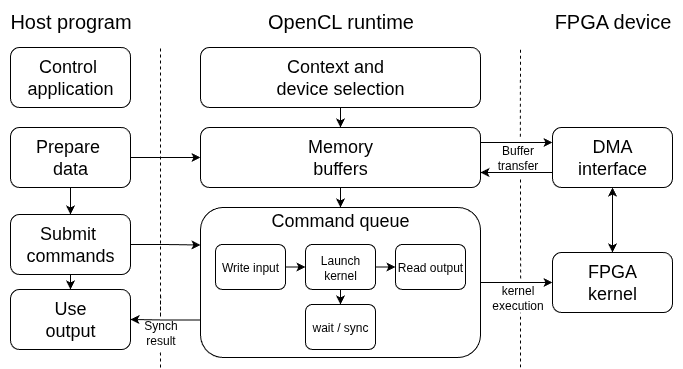
The draw.io diagram Logs/OpenCL-flow.png in PascalBjorstorp/BachelorProject, before a commit. Source tidied: cells renumbered, new cells last; positions are measured from the earlier drawing's top-left corner, leaving out a move shared by most shapes. The source it was exported from:
```xml
<mxGraphModel>
  <root>
    <mxCell id="0" />
    <mxCell id="1" parent="0" />
    <mxCell id="2" style="endArrow=none;dashed=1;html=1;rounded=0;exitX=0.547;exitY=-0.02;exitDx=0;exitDy=0;exitPerimeter=0;" parent="1" edge="1" source="33">
      <mxGeometry relative="1" as="geometry">
        <mxPoint x="520" y="47" as="targetPoint" />
      </mxGeometry>
    </mxCell>
    <mxCell id="3" value="&lt;font style=&quot;font-size: 18px;&quot;&gt;Control&amp;nbsp;&lt;br&gt;application&lt;/font&gt;" style="rounded=1;whiteSpace=wrap;html=1;" parent="1" vertex="1">
      <mxGeometry x="10" y="47" width="120" height="60" as="geometry" />
    </mxCell>
    <mxCell id="4" style="edgeStyle=orthogonalEdgeStyle;rounded=0;jettySize=auto;html=1;entryX=0;entryY=0.5;entryDx=0;entryDy=0;" parent="1" edge="1" source="6" target="15">
      <mxGeometry relative="1" as="geometry" />
    </mxCell>
    <mxCell id="5" style="edgeStyle=orthogonalEdgeStyle;rounded=0;jettySize=auto;html=1;exitX=0.5;exitY=1;exitDx=0;exitDy=0;entryX=0.5;entryY=0;entryDx=0;entryDy=0;" parent="1" edge="1" source="6" target="9">
      <mxGeometry relative="1" as="geometry" />
    </mxCell>
    <mxCell id="6" value="&lt;span style=&quot;font-size: 18px;&quot;&gt;Prepare&amp;nbsp;&lt;/span&gt;&lt;br style=&quot;font-size: 18px;&quot;&gt;&lt;span style=&quot;font-size: 18px;&quot;&gt;data&lt;/span&gt;" style="rounded=1;whiteSpace=wrap;html=1;" parent="1" vertex="1">
      <mxGeometry x="10" y="127" width="120" height="60" as="geometry" />
    </mxCell>
    <mxCell id="7" style="edgeStyle=orthogonalEdgeStyle;rounded=0;jettySize=auto;html=1;exitX=0.5;exitY=1;exitDx=0;exitDy=0;entryX=0.5;entryY=0;entryDx=0;entryDy=0;" parent="1" edge="1" source="9" target="10">
      <mxGeometry relative="1" as="geometry" />
    </mxCell>
    <mxCell id="8" style="edgeStyle=orthogonalEdgeStyle;rounded=0;jettySize=auto;html=1;exitX=1;exitY=0.5;exitDx=0;exitDy=0;entryX=0;entryY=0.25;entryDx=0;entryDy=0;" parent="1" edge="1" source="9" target="18">
      <mxGeometry relative="1" as="geometry" />
    </mxCell>
    <mxCell id="9" value="&lt;span style=&quot;font-size: 18px;&quot;&gt;Submit&amp;nbsp;&lt;/span&gt;&lt;br style=&quot;font-size: 18px;&quot;&gt;&lt;span style=&quot;font-size: 18px;&quot;&gt;commands&lt;/span&gt;" style="rounded=1;whiteSpace=wrap;html=1;" parent="1" vertex="1">
      <mxGeometry x="10" y="214" width="120" height="60" as="geometry" />
    </mxCell>
    <mxCell id="10" value="&lt;span style=&quot;font-size: 18px;&quot;&gt;Use&lt;br&gt;output&lt;/span&gt;" style="rounded=1;whiteSpace=wrap;html=1;" parent="1" vertex="1">
      <mxGeometry x="10" y="289" width="120" height="60" as="geometry" />
    </mxCell>
    <mxCell id="11" style="edgeStyle=orthogonalEdgeStyle;rounded=0;jettySize=auto;html=1;exitX=0.5;exitY=1;exitDx=0;exitDy=0;entryX=0.5;entryY=0;entryDx=0;entryDy=0;" parent="1" edge="1" source="12" target="15">
      <mxGeometry relative="1" as="geometry" />
    </mxCell>
    <mxCell id="12" value="&lt;font style=&quot;font-size: 18px;&quot;&gt;Context and&amp;nbsp;&amp;nbsp;&lt;br&gt;device selection&lt;/font&gt;" style="rounded=1;whiteSpace=wrap;html=1;" parent="1" vertex="1">
      <mxGeometry x="200" y="47" width="280" height="60" as="geometry" />
    </mxCell>
    <mxCell id="13" style="edgeStyle=orthogonalEdgeStyle;rounded=0;jettySize=auto;html=1;exitX=0.5;exitY=1;exitDx=0;exitDy=0;entryX=0.5;entryY=0;entryDx=0;entryDy=0;" parent="1" edge="1" source="15" target="18">
      <mxGeometry relative="1" as="geometry" />
    </mxCell>
    <mxCell id="14" style="edgeStyle=orthogonalEdgeStyle;rounded=0;jettySize=auto;html=1;exitX=1;exitY=0.25;exitDx=0;exitDy=0;entryX=0;entryY=0.25;entryDx=0;entryDy=0;" parent="1" edge="1" source="15" target="21">
      <mxGeometry relative="1" as="geometry" />
    </mxCell>
    <mxCell id="15" value="&lt;span style=&quot;font-size: 18px;&quot;&gt;Memory&lt;br&gt;buffers&lt;/span&gt;" style="rounded=1;whiteSpace=wrap;html=1;" parent="1" vertex="1">
      <mxGeometry x="200" y="127" width="280" height="60" as="geometry" />
    </mxCell>
    <mxCell id="16" style="edgeStyle=orthogonalEdgeStyle;rounded=0;jettySize=auto;html=1;exitX=0;exitY=0.75;exitDx=0;exitDy=0;entryX=1;entryY=0.5;entryDx=0;entryDy=0;" parent="1" edge="1" source="18" target="10">
      <mxGeometry relative="1" as="geometry" />
    </mxCell>
    <mxCell id="17" style="edgeStyle=orthogonalEdgeStyle;rounded=0;jettySize=auto;html=1;exitX=1;exitY=0.5;exitDx=0;exitDy=0;entryX=0;entryY=0.5;entryDx=0;entryDy=0;" parent="1" edge="1" source="18" target="22">
      <mxGeometry relative="1" as="geometry" />
    </mxCell>
    <mxCell id="18" value="&lt;span style=&quot;font-size: 18px;&quot;&gt;Command queue&lt;/span&gt;" style="rounded=1;whiteSpace=wrap;html=1;labelPosition=center;verticalLabelPosition=top;align=center;verticalAlign=bottom;spacingTop=0;spacingBottom=-27;" parent="1" vertex="1">
      <mxGeometry x="200" y="207" width="280" height="150" as="geometry" />
    </mxCell>
    <mxCell id="19" style="edgeStyle=orthogonalEdgeStyle;rounded=0;jettySize=auto;html=1;exitX=0.5;exitY=1;exitDx=0;exitDy=0;entryX=0.5;entryY=0;entryDx=0;entryDy=0;startArrow=classic;startFill=1;" parent="1" edge="1" source="21" target="22">
      <mxGeometry relative="1" as="geometry" />
    </mxCell>
    <mxCell id="20" style="edgeStyle=orthogonalEdgeStyle;rounded=0;jettySize=auto;html=1;exitX=0;exitY=0.75;exitDx=0;exitDy=0;entryX=1;entryY=0.75;entryDx=0;entryDy=0;" parent="1" edge="1" source="21" target="15">
      <mxGeometry relative="1" as="geometry" />
    </mxCell>
    <mxCell id="21" value="&lt;span style=&quot;font-size: 18px;&quot;&gt;DMA&lt;br&gt;interface&lt;/span&gt;" style="rounded=1;whiteSpace=wrap;html=1;" parent="1" vertex="1">
      <mxGeometry x="552" y="127" width="120" height="60" as="geometry" />
    </mxCell>
    <mxCell id="22" value="&lt;span style=&quot;font-size: 18px;&quot;&gt;FPGA&lt;br&gt;kernel&lt;/span&gt;" style="rounded=1;whiteSpace=wrap;html=1;" parent="1" vertex="1">
      <mxGeometry x="552" y="252" width="120" height="60" as="geometry" />
    </mxCell>
    <mxCell id="23" value="&lt;font style=&quot;font-size: 20px;&quot;&gt;Host program&lt;/font&gt;" style="text;html=1;align=center;verticalAlign=middle;strokeColor=none;fillColor=none;" parent="1" vertex="1">
      <mxGeometry width="140" height="40" as="geometry" />
    </mxCell>
    <mxCell id="24" value="&lt;font style=&quot;font-size: 20px;&quot;&gt;OpenCL runtime&lt;/font&gt;" style="text;html=1;align=center;verticalAlign=middle;strokeColor=none;fillColor=none;" parent="1" vertex="1">
      <mxGeometry x="255" width="170" height="40" as="geometry" />
    </mxCell>
    <mxCell id="25" value="&lt;font style=&quot;font-size: 20px;&quot;&gt;FPGA device&lt;/font&gt;" style="text;html=1;align=center;verticalAlign=middle;strokeColor=none;fillColor=none;" parent="1" vertex="1">
      <mxGeometry x="542" width="140" height="40" as="geometry" />
    </mxCell>
    <mxCell id="26" style="edgeStyle=orthogonalEdgeStyle;rounded=0;jettySize=auto;html=1;exitX=1;exitY=0.5;exitDx=0;exitDy=0;entryX=0;entryY=0.5;entryDx=0;entryDy=0;" parent="1" edge="1" source="27" target="30">
      <mxGeometry relative="1" as="geometry" />
    </mxCell>
    <mxCell id="27" value="Write input" style="rounded=1;whiteSpace=wrap;html=1;" parent="1" vertex="1">
      <mxGeometry x="215" y="244" width="70" height="45" as="geometry" />
    </mxCell>
    <mxCell id="28" style="edgeStyle=orthogonalEdgeStyle;rounded=0;jettySize=auto;html=1;exitX=1;exitY=0.5;exitDx=0;exitDy=0;entryX=0;entryY=0.5;entryDx=0;entryDy=0;" parent="1" edge="1" source="30" target="31">
      <mxGeometry relative="1" as="geometry" />
    </mxCell>
    <mxCell id="29" style="edgeStyle=orthogonalEdgeStyle;rounded=0;jettySize=auto;html=1;exitX=0.5;exitY=1;exitDx=0;exitDy=0;entryX=0.5;entryY=0;entryDx=0;entryDy=0;" parent="1" edge="1" source="30" target="32">
      <mxGeometry relative="1" as="geometry" />
    </mxCell>
    <mxCell id="30" value="Launch&lt;br&gt;kernel" style="rounded=1;whiteSpace=wrap;html=1;" parent="1" vertex="1">
      <mxGeometry x="305" y="244" width="70" height="45" as="geometry" />
    </mxCell>
    <mxCell id="31" value="Read output" style="rounded=1;whiteSpace=wrap;html=1;" parent="1" vertex="1">
      <mxGeometry x="395" y="244" width="70" height="45" as="geometry" />
    </mxCell>
    <mxCell id="32" value="wait / sync" style="rounded=1;whiteSpace=wrap;html=1;" parent="1" vertex="1">
      <mxGeometry x="305" y="304" width="70" height="45" as="geometry" />
    </mxCell>
    <mxCell id="33" value="Buffer&lt;br&gt;transfer" style="text;html=1;align=center;verticalAlign=middle;points=[];strokeColor=none;fillColor=none;" parent="1" vertex="1">
      <mxGeometry x="487" y="137" width="60" height="40" as="geometry" />
    </mxCell>
    <mxCell id="34" style="endArrow=none;dashed=1;html=1;rounded=0;exitX=0.544;exitY=0.026;exitDx=0;exitDy=0;exitPerimeter=0;" parent="1" edge="1" source="35">
      <mxGeometry relative="1" as="geometry">
        <mxPoint x="520" y="177" as="targetPoint" />
      </mxGeometry>
    </mxCell>
    <mxCell id="35" value="kernel&lt;br&gt;execution" style="text;html=1;align=center;verticalAlign=middle;points=[];strokeColor=none;fillColor=none;" parent="1" vertex="1">
      <mxGeometry x="482" y="277" width="70" height="40" as="geometry" />
    </mxCell>
    <mxCell id="36" style="endArrow=none;dashed=1;html=1;rounded=0;" parent="1" edge="1">
      <mxGeometry relative="1" as="geometry">
        <mxPoint x="520" y="367" as="sourcePoint" />
        <mxPoint x="520" y="312" as="targetPoint" />
      </mxGeometry>
    </mxCell>
    <mxCell id="37" value="Synch&lt;br&gt;result" style="text;html=1;align=center;verticalAlign=middle;strokeColor=none;fillColor=none;" parent="1" vertex="1">
      <mxGeometry x="130" y="312" width="60" height="40" as="geometry" />
    </mxCell>
    <mxCell id="38" style="endArrow=none;dashed=1;html=1;rounded=0;" parent="1" edge="1">
      <mxGeometry relative="1" as="geometry">
        <mxPoint x="160" y="367" as="sourcePoint" />
        <mxPoint x="159.9" y="349" as="targetPoint" />
      </mxGeometry>
    </mxCell>
    <mxCell id="39" style="endArrow=none;dashed=1;html=1;rounded=0;" parent="1" edge="1">
      <mxGeometry relative="1" as="geometry">
        <mxPoint x="160.1" y="295" as="sourcePoint" />
        <mxPoint x="160" y="46.3" as="targetPoint" />
        <Array as="points">
          <mxPoint x="160" y="317" />
        </Array>
      </mxGeometry>
    </mxCell>
  </root>
</mxGraphModel>
```
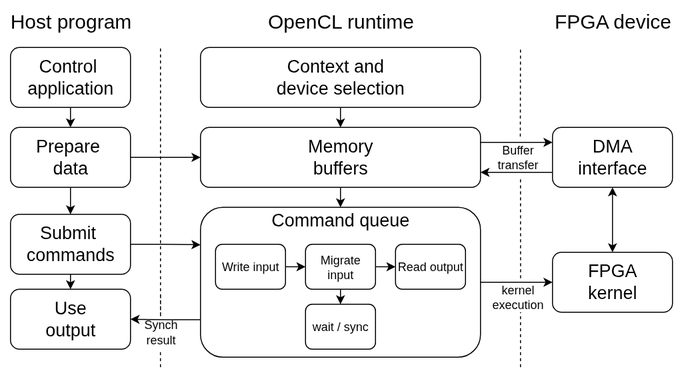
The same diagram one commit later.

Change to the diagram source:
```diff
@@ -7,6 +7,9 @@
         <mxPoint x="520" y="47" as="targetPoint" />
       </mxGeometry>
     </mxCell>
+    <mxCell id="40" style="edgeStyle=orthogonalEdgeStyle;rounded=0;jettySize=auto;html=1;exitX=0.5;exitY=1;exitDx=0;exitDy=0;entryX=0.5;entryY=0;entryDx=0;entryDy=0;" parent="1" edge="1" source="3" target="6">
+      <mxGeometry relative="1" as="geometry" />
+    </mxCell>
     <mxCell id="3" value="&lt;font style=&quot;font-size: 18px;&quot;&gt;Control&amp;nbsp;&lt;br&gt;application&lt;/font&gt;" style="rounded=1;whiteSpace=wrap;html=1;" parent="1" vertex="1">
       <mxGeometry x="10" y="47" width="120" height="60" as="geometry" />
     </mxCell>
@@ -88,7 +91,7 @@
     <mxCell id="29" style="edgeStyle=orthogonalEdgeStyle;rounded=0;jettySize=auto;html=1;exitX=0.5;exitY=1;exitDx=0;exitDy=0;entryX=0.5;entryY=0;entryDx=0;entryDy=0;" parent="1" edge="1" source="30" target="32">
       <mxGeometry relative="1" as="geometry" />
     </mxCell>
-    <mxCell id="30" value="Launch&lt;br&gt;kernel" style="rounded=1;whiteSpace=wrap;html=1;" parent="1" vertex="1">
+    <mxCell id="30" value="Migrate&lt;br&gt;input" style="rounded=1;whiteSpace=wrap;html=1;" parent="1" vertex="1">
       <mxGeometry x="305" y="244" width="70" height="45" as="geometry" />
     </mxCell>
     <mxCell id="31" value="Read output" style="rounded=1;whiteSpace=wrap;html=1;" parent="1" vertex="1">
```
